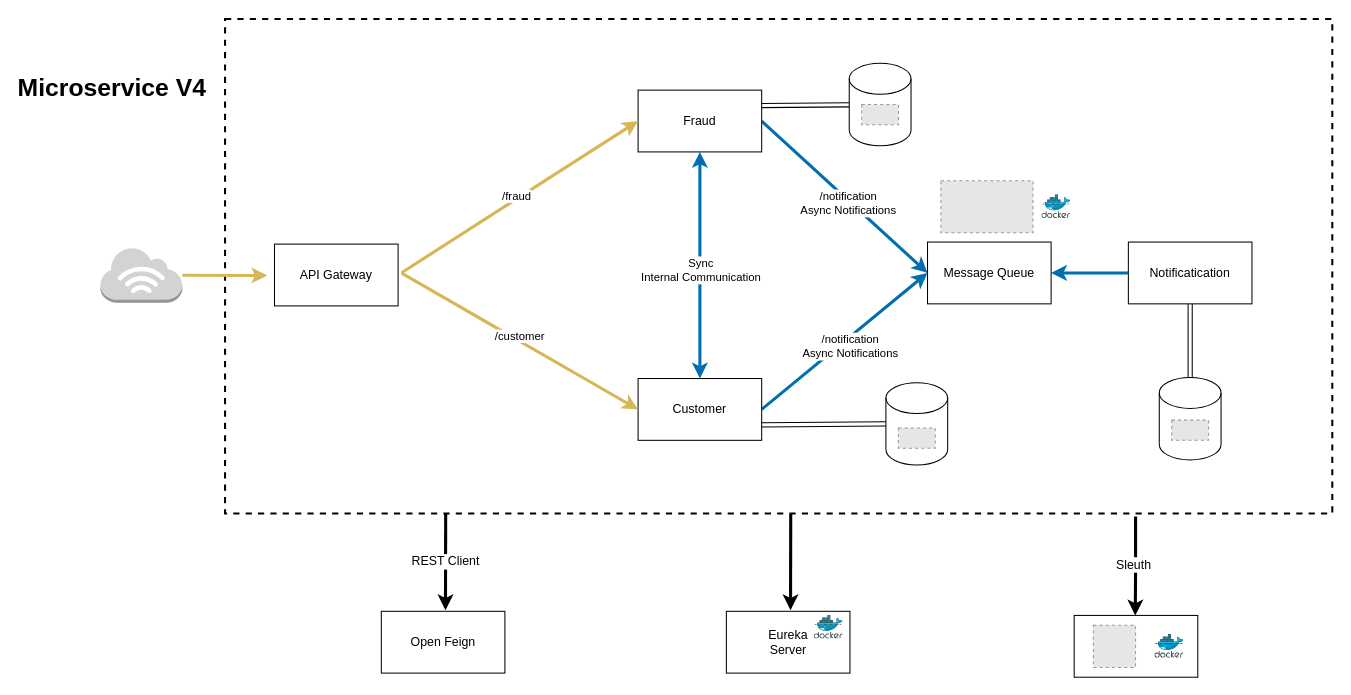
This is page "Main" (1 of 9) of file/MicroserviceV4.drawio from ricardorqr/microserviceV4, a draw.io file, before an edit. Source tidied: cells renumbered, new cells numbered last; positions are measured from the earlier drawing's top-left corner, leaving out a move shared by most shapes. Both pictures are drawn from the tidied source at 103%, with x=0, y=0 at pixel (60, 19). Pictures stored in the file or linked from it are replaced by grey dashed boxes.
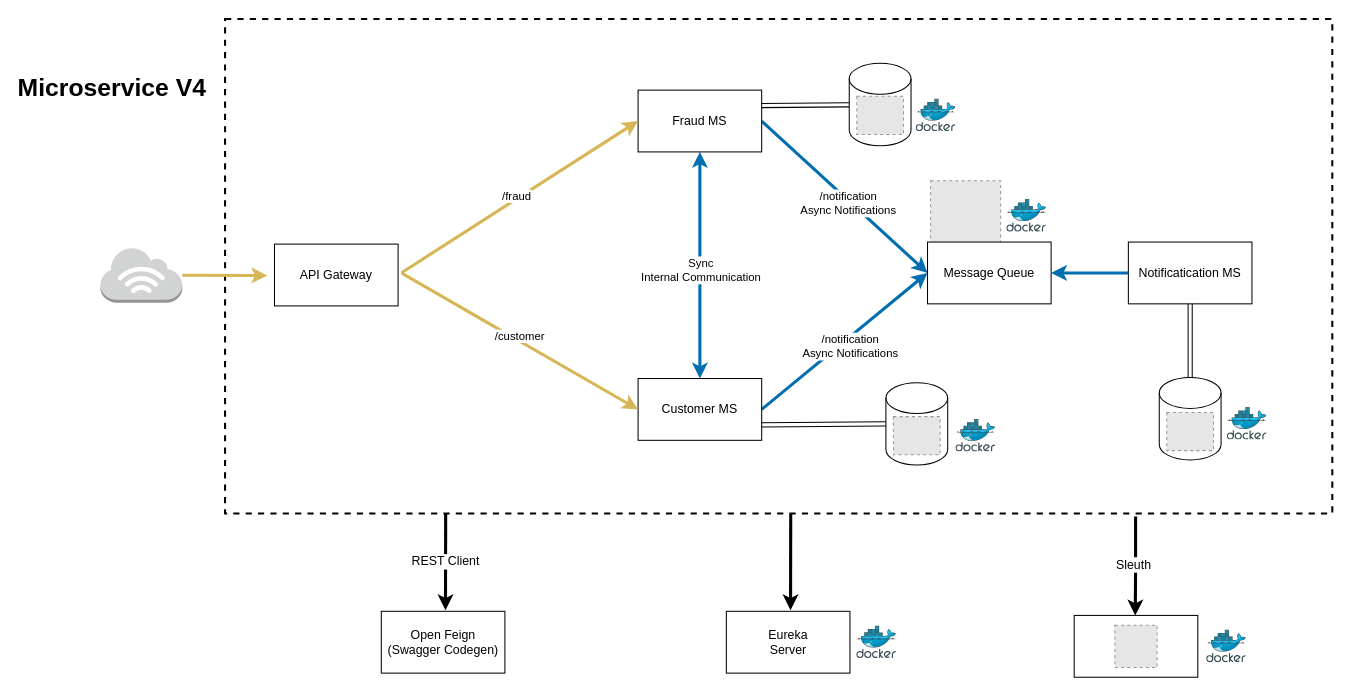
The same diagram, later.

Change to the diagram source:
```diff
@@
+    <mxCell id="46" style="fillColor=#E6E6E6;strokeColor=#999999;dashed=1;verticalLabelPosition=bottom;verticalAlign=top;" parent="1" vertex="1">
+      <mxGeometry x="845" y="157" width="68" height="68" as="geometry" />
+    </mxCell>
@@
-    <mxCell id="10" value="Customer" style="rounded=0;whiteSpace=wrap;html=1;" parent="1" vertex="1">
+    <mxCell id="10" value="Customer MS" style="rounded=0;whiteSpace=wrap;html=1;" parent="1" vertex="1">
       <mxGeometry x="561" y="349" width="120" height="60" as="geometry" />
     </mxCell>
@@
-    <mxCell id="14" value="Fraud" style="rounded=0;whiteSpace=wrap;html=1;" parent="1" vertex="1">
+    <mxCell id="14" value="Fraud MS" style="rounded=0;whiteSpace=wrap;html=1;" parent="1" vertex="1">
       <mxGeometry x="561" y="69" width="120" height="60" as="geometry" />
     </mxCell>
@@
-    <mxCell id="28" value="Open Feign" style="rounded=0;whiteSpace=wrap;html=1;" parent="1" vertex="1">
+    <mxCell id="28" value="Open Feign&lt;br&gt;(Swagger Codegen)" style="rounded=0;whiteSpace=wrap;html=1;" parent="1" vertex="1">
       <mxGeometry x="311.7" y="575" width="120" height="60" as="geometry" />
     </mxCell>
@@
-    <mxCell id="31" value="Notificatication" style="rounded=0;whiteSpace=wrap;html=1;" parent="1" vertex="1">
+    <mxCell id="31" value="Notificatication MS" style="rounded=0;whiteSpace=wrap;html=1;" parent="1" vertex="1">
       <mxGeometry x="1037" y="216.5" width="120" height="60" as="geometry" />
     </mxCell>
@@
-    <mxCell id="33" style="fillColor=#E6E6E6;strokeColor=#999999;dashed=1;verticalLabelPosition=bottom;labelBackgroundColor=#ffffff;verticalAlign=top;" parent="1" vertex="1">
-      <mxGeometry x="855" y="157" width="89.4" height="50.4" as="geometry" />
-    </mxCell>
@@
     <mxCell id="35" style="fillColor=#E6E6E6;strokeColor=#999999;dashed=1;verticalLabelPosition=bottom;labelBackgroundColor=#ffffff;verticalAlign=top;" parent="1" vertex="1">
-      <mxGeometry x="1003" y="588.5" width="41" height="41" as="geometry" />
+      <mxGeometry x="1023.9" y="588.5" width="41" height="41" as="geometry" />
     </mxCell>
-    <mxCell id="36" style="html=1;align=center;image;fontSize=12;image=img/lib/mscae/Docker.svg;strokeColor=#000000;strokeWidth=0;fillColor=none;" parent="1" vertex="1">
-      <mxGeometry x="1062.8" y="597.5" width="28.1" height="23" as="geometry" />
-    </mxCell>
-    <mxCell id="37" style="fillColor=#E6E6E6;strokeColor=#999999;dashed=1;verticalLabelPosition=bottom;verticalAlign=top;" parent="1" vertex="1">
-      <mxGeometry x="778.1" y="83" width="35.8" height="19.6" as="geometry" />
-    </mxCell>
-    <mxCell id="38" style="fillColor=#E6E6E6;strokeColor=#999999;dashed=1;verticalLabelPosition=bottom;verticalAlign=top;" parent="1" vertex="1">
-      <mxGeometry x="813.7" y="397" width="35.8" height="19.6" as="geometry" />
-    </mxCell>
-    <mxCell id="39" style="fillColor=#E6E6E6;strokeColor=#999999;dashed=1;verticalLabelPosition=bottom;verticalAlign=top;" parent="1" vertex="1">
-      <mxGeometry x="1079.1" y="389.4" width="35.8" height="19.6" as="geometry" />
-    </mxCell>
@@
     <mxCell id="44" style="html=1;align=center;image;fontSize=12;image=img/lib/mscae/Docker.svg;strokeColor=#000000;strokeWidth=0;fillColor=none;" parent="1" vertex="1">
-      <mxGeometry x="953" y="170.7" width="28.1" height="23" as="geometry" />
+      <mxGeometry x="919" y="175.2" width="38.6" height="31.7" as="geometry" />
     </mxCell>
-    <mxCell id="45" style="html=1;align=center;image;fontSize=12;image=img/lib/mscae/Docker.svg;strokeColor=#000000;strokeWidth=0;fillColor=none;" parent="1" vertex="1">
-      <mxGeometry x="732" y="579" width="28.1" height="23" as="geometry" />
-    </mxCell>
+    <mxCell id="47" style="fillColor=#E6E6E6;strokeColor=#999999;dashed=1;verticalLabelPosition=bottom;verticalAlign=top;" parent="1" vertex="1">
+      <mxGeometry x="773.3" y="75" width="45.4" height="37" as="geometry" />
+    </mxCell>
+    <mxCell id="48" style="fillColor=#E6E6E6;strokeColor=#999999;dashed=1;verticalLabelPosition=bottom;verticalAlign=top;" parent="1" vertex="1">
+      <mxGeometry x="808.9" y="386" width="45.4" height="37" as="geometry" />
+    </mxCell>
+    <mxCell id="49" style="fillColor=#E6E6E6;strokeColor=#999999;dashed=1;verticalLabelPosition=bottom;verticalAlign=top;" parent="1" vertex="1">
+      <mxGeometry x="1074.3" y="382" width="45.4" height="37" as="geometry" />
+    </mxCell>
+    <mxCell id="50" style="html=1;align=center;image;fontSize=12;image=img/lib/mscae/Docker.svg;strokeColor=#000000;strokeWidth=0;fillColor=none;" parent="1" vertex="1">
+      <mxGeometry x="831" y="77.7" width="38.6" height="31.7" as="geometry" />
+    </mxCell>
+    <mxCell id="51" style="html=1;align=center;image;fontSize=12;image=img/lib/mscae/Docker.svg;strokeColor=#000000;strokeWidth=0;fillColor=none;" parent="1" vertex="1">
+      <mxGeometry x="869.6" y="388.6" width="38.6" height="31.7" as="geometry" />
+    </mxCell>
+    <mxCell id="52" style="html=1;align=center;image;fontSize=12;image=img/lib/mscae/Docker.svg;strokeColor=#000000;strokeWidth=0;fillColor=none;" parent="1" vertex="1">
+      <mxGeometry x="1133" y="377.1" width="38.6" height="31.7" as="geometry" />
+    </mxCell>
+    <mxCell id="53" style="html=1;align=center;image;fontSize=12;image=img/lib/mscae/Docker.svg;strokeColor=#000000;strokeWidth=0;fillColor=none;" parent="1" vertex="1">
+      <mxGeometry x="773.3" y="589.2" width="38.6" height="31.7" as="geometry" />
+    </mxCell>
+    <mxCell id="54" style="html=1;align=center;image;fontSize=12;image=img/lib/mscae/Docker.svg;strokeColor=#000000;strokeWidth=0;fillColor=none;" parent="1" vertex="1">
+      <mxGeometry x="1113" y="593.2" width="38.6" height="31.7" as="geometry" />
+    </mxCell>
```
